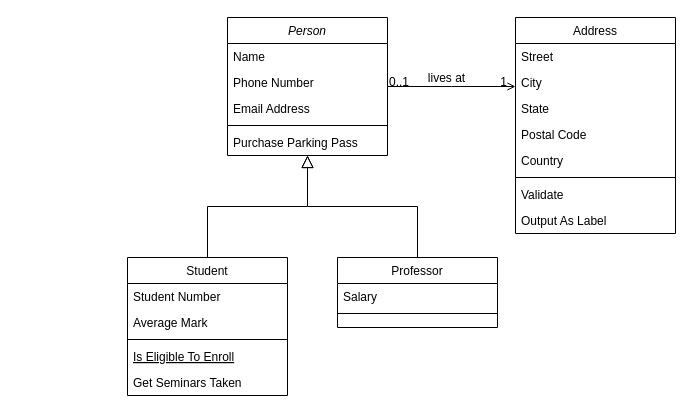
Above: 名称未設定ファイル.drawio in Hosi121/ProgrammingClass (draw.io), before the change. Source tidied: cells renumbered, new cells numbered last; positions are measured from the earlier drawing's top-left corner, leaving out a move shared by most shapes. Both pictures are drawn from the tidied source at 100%, with x=0, y=0 at pixel (127, 17).
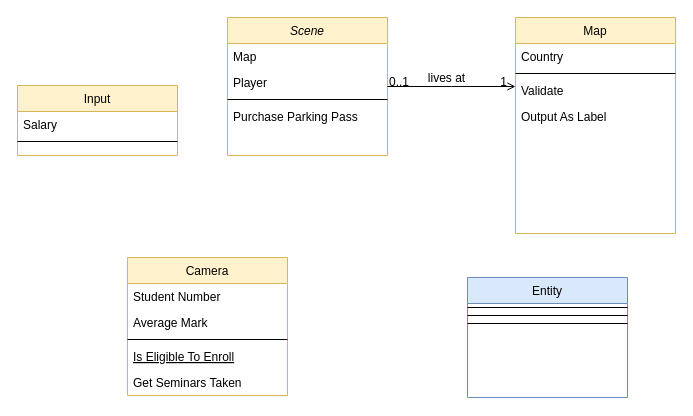
The same diagram, later.

Commit message:
名称未設定ファイル.drawio を更新します

Diff of the diagram source:
```diff
@@
-    <mxCell id="2" value="Person" style="swimlane;fontStyle=2;align=center;verticalAlign=top;horizontal=1;startSize=26;rounded=0;shadow=0;strokeWidth=1;" parent="1" vertex="1">
+    <mxCell id="2" value="Scene&#10;" style="swimlane;fontStyle=2;align=center;verticalAlign=top;horizontal=1;startSize=26;rounded=0;shadow=0;strokeWidth=1;fillColor=#fff2cc;strokeColor=#d6b656;" parent="1" vertex="1">
       <mxGeometry x="100" width="160" height="138" as="geometry" />
     </mxCell>
-    <mxCell id="3" value="Name" style="text;align=left;verticalAlign=top;spacingLeft=4;spacingRight=4;overflow=hidden;" parent="2" vertex="1">
+    <mxCell id="3" value="Map" style="text;align=left;verticalAlign=top;spacingLeft=4;spacingRight=4;overflow=hidden;" parent="2" vertex="1">
       <mxGeometry y="26" width="160" height="26" as="geometry" />
     </mxCell>
-    <mxCell id="4" value="Phone Number" style="text;align=left;verticalAlign=top;spacingLeft=4;spacingRight=4;overflow=hidden;rounded=0;shadow=0;html=0;" parent="2" vertex="1">
-      <mxGeometry y="52" width="160" height="26" as="geometry" />
-    </mxCell>
-    <mxCell id="5" value="Email Address" style="text;align=left;verticalAlign=top;spacingLeft=4;spacingRight=4;overflow=hidden;rounded=0;shadow=0;html=0;" parent="2" vertex="1">
-      <mxGeometry y="78" width="160" height="26" as="geometry" />
+    <mxCell id="5" value="Player" style="text;align=left;verticalAlign=top;spacingLeft=4;spacingRight=4;overflow=hidden;rounded=0;shadow=0;html=0;" parent="2" vertex="1">
+      <mxGeometry y="52" width="160" height="26" as="geometry" />
     </mxCell>
     <mxCell id="6" style="line;html=1;strokeWidth=1;align=left;verticalAlign=middle;spacingTop=-1;spacingLeft=3;spacingRight=3;labelPosition=right;" parent="2" vertex="1">
-      <mxGeometry y="104" width="160" height="8" as="geometry" />
+      <mxGeometry y="78" width="160" height="8" as="geometry" />
     </mxCell>
     <mxCell id="7" value="Purchase Parking Pass" style="text;align=left;verticalAlign=top;spacingLeft=4;spacingRight=4;overflow=hidden;" parent="2" vertex="1">
-      <mxGeometry y="112" width="160" height="26" as="geometry" />
+      <mxGeometry y="86" width="160" height="26" as="geometry" />
     </mxCell>
-    <mxCell id="8" value="Student" style="swimlane;fontStyle=0;align=center;verticalAlign=top;horizontal=1;startSize=26;rounded=0;shadow=0;strokeWidth=1;" parent="1" vertex="1">
+    <mxCell id="8" value="Camera" style="swimlane;fontStyle=0;align=center;verticalAlign=top;horizontal=1;startSize=26;rounded=0;shadow=0;strokeWidth=1;fillColor=#fff2cc;strokeColor=#d6b656;" parent="1" vertex="1">
       <mxGeometry y="240" width="160" height="138" as="geometry" />
     </mxCell>
@@
-    <mxCell id="14" style="endArrow=block;endSize=10;endFill=0;shadow=0;strokeWidth=1;rounded=0;edgeStyle=elbowEdgeStyle;elbow=vertical;" parent="1" edge="1" source="8" target="2">
-      <mxGeometry relative="1" as="geometry" />
-    </mxCell>
-    <mxCell id="15" value="Professor" style="swimlane;fontStyle=0;align=center;verticalAlign=top;horizontal=1;startSize=26;rounded=0;shadow=0;strokeWidth=1;" parent="1" vertex="1">
-      <mxGeometry x="210" y="240" width="160" height="70" as="geometry" />
+    <mxCell id="15" value="Input" style="swimlane;fontStyle=0;align=center;verticalAlign=top;horizontal=1;startSize=26;rounded=0;shadow=0;strokeWidth=1;fillColor=#fff2cc;strokeColor=#d6b656;" parent="1" vertex="1">
+      <mxGeometry x="-110" y="68" width="160" height="70" as="geometry" />
     </mxCell>
@@
-    <mxCell id="18" style="endArrow=block;endSize=10;endFill=0;shadow=0;strokeWidth=1;rounded=0;edgeStyle=elbowEdgeStyle;elbow=vertical;" parent="1" edge="1" source="15" target="2">
-      <mxGeometry relative="1" as="geometry" />
-    </mxCell>
-    <mxCell id="19" value="Address" style="swimlane;fontStyle=0;align=center;verticalAlign=top;horizontal=1;startSize=26;rounded=0;shadow=0;strokeWidth=1;" parent="1" vertex="1">
+    <mxCell id="19" value="Map" style="swimlane;fontStyle=0;align=center;verticalAlign=top;horizontal=1;startSize=26;rounded=0;shadow=0;strokeWidth=1;fillColor=#fff2cc;strokeColor=#d6b656;" parent="1" vertex="1">
       <mxGeometry x="388" width="160" height="216" as="geometry" />
     </mxCell>
-    <mxCell id="20" value="Street" style="text;align=left;verticalAlign=top;spacingLeft=4;spacingRight=4;overflow=hidden;" parent="19" vertex="1">
-      <mxGeometry y="26" width="160" height="26" as="geometry" />
-    </mxCell>
-    <mxCell id="21" value="City" style="text;align=left;verticalAlign=top;spacingLeft=4;spacingRight=4;overflow=hidden;rounded=0;shadow=0;html=0;" parent="19" vertex="1">
-      <mxGeometry y="52" width="160" height="26" as="geometry" />
-    </mxCell>
-    <mxCell id="22" value="State" style="text;align=left;verticalAlign=top;spacingLeft=4;spacingRight=4;overflow=hidden;rounded=0;shadow=0;html=0;" parent="19" vertex="1">
-      <mxGeometry y="78" width="160" height="26" as="geometry" />
-    </mxCell>
-    <mxCell id="23" value="Postal Code" style="text;align=left;verticalAlign=top;spacingLeft=4;spacingRight=4;overflow=hidden;rounded=0;shadow=0;html=0;" parent="19" vertex="1">
-      <mxGeometry y="104" width="160" height="26" as="geometry" />
-    </mxCell>
     <mxCell id="24" value="Country" style="text;align=left;verticalAlign=top;spacingLeft=4;spacingRight=4;overflow=hidden;rounded=0;shadow=0;html=0;" parent="19" vertex="1">
-      <mxGeometry y="130" width="160" height="26" as="geometry" />
+      <mxGeometry y="26" width="160" height="26" as="geometry" />
     </mxCell>
     <mxCell id="25" style="line;html=1;strokeWidth=1;align=left;verticalAlign=middle;spacingTop=-1;spacingLeft=3;spacingRight=3;labelPosition=right;" parent="19" vertex="1">
-      <mxGeometry y="156" width="160" height="8" as="geometry" />
+      <mxGeometry y="52" width="160" height="8" as="geometry" />
     </mxCell>
     <mxCell id="26" value="Validate" style="text;align=left;verticalAlign=top;spacingLeft=4;spacingRight=4;overflow=hidden;" parent="19" vertex="1">
-      <mxGeometry y="164" width="160" height="26" as="geometry" />
+      <mxGeometry y="60" width="160" height="26" as="geometry" />
     </mxCell>
     <mxCell id="27" value="Output As Label" style="text;align=left;verticalAlign=top;spacingLeft=4;spacingRight=4;overflow=hidden;" parent="19" vertex="1">
-      <mxGeometry y="190" width="160" height="26" as="geometry" />
+      <mxGeometry y="86" width="160" height="26" as="geometry" />
     </mxCell>
@@
+    <mxCell id="32" value="Entity" style="swimlane;fontStyle=0;align=center;verticalAlign=top;horizontal=1;startSize=26;rounded=0;shadow=0;strokeWidth=1;fillColor=#dae8fc;strokeColor=#6c8ebf;" parent="1" vertex="1">
+      <mxGeometry x="340" y="260" width="160" height="120" as="geometry" />
+    </mxCell>
+    <mxCell id="33" style="line;html=1;strokeWidth=1;align=left;verticalAlign=middle;spacingTop=-1;spacingLeft=3;spacingRight=3;labelPosition=right;" parent="32" vertex="1">
+      <mxGeometry y="26" width="160" height="8" as="geometry" />
+    </mxCell>
+    <mxCell id="34" style="line;html=1;strokeWidth=1;align=left;verticalAlign=middle;spacingTop=-1;spacingLeft=3;spacingRight=3;labelPosition=right;" parent="32" vertex="1">
+      <mxGeometry y="34" width="160" height="8" as="geometry" />
+    </mxCell>
+    <mxCell id="35" style="line;html=1;strokeWidth=1;align=left;verticalAlign=middle;spacingTop=-1;spacingLeft=3;spacingRight=3;labelPosition=right;" parent="32" vertex="1">
+      <mxGeometry y="42" width="160" height="8" as="geometry" />
+    </mxCell>
```
